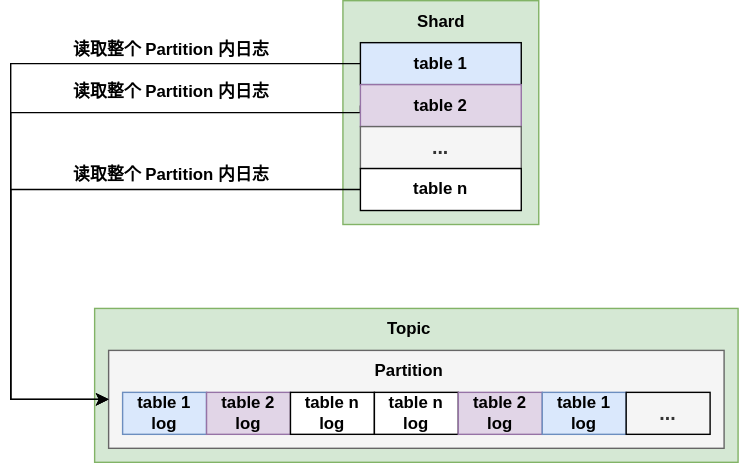
Earlier version of the draw.io export posts/release-v1.2.4/kafkawal.drawio.svg (CeresDB/community). Source tidied: cells renumbered, new cells last; positions are measured from the earlier drawing's top-left corner, leaving out a move shared by most shapes. Its diagram source:
```xml
<mxGraphModel>
  <root>
    <mxCell id="0" />
    <mxCell id="1" parent="0" />
    <mxCell id="2" style="rounded=0;whiteSpace=wrap;html=1;fillColor=#d5e8d4;strokeColor=#82b366;fontStyle=1;" parent="1" vertex="1">
      <mxGeometry x="237.5" width="140" height="160" as="geometry" />
    </mxCell>
    <mxCell id="3" style="rounded=0;whiteSpace=wrap;html=1;fillColor=#d5e8d4;strokeColor=#82b366;fontStyle=1;" parent="1" vertex="1">
      <mxGeometry x="60" y="220" width="460" height="110" as="geometry" />
    </mxCell>
    <mxCell id="4" style="rounded=0;whiteSpace=wrap;html=1;fillColor=#f5f5f5;strokeColor=#666666;fontColor=#333333;fontStyle=1;" parent="1" vertex="1">
      <mxGeometry x="70" y="250" width="440" height="70" as="geometry" />
    </mxCell>
    <mxCell id="5" value="table 1 log" style="rounded=0;whiteSpace=wrap;html=1;labelBackgroundColor=none;fillColor=#dae8fc;strokeColor=#6c8ebf;fontStyle=1;" parent="1" vertex="1">
      <mxGeometry x="80" y="280" width="60" height="30" as="geometry" />
    </mxCell>
    <mxCell id="6" value="table 2 log" style="rounded=0;whiteSpace=wrap;html=1;labelBackgroundColor=none;fillColor=#e1d5e7;strokeColor=#9673a6;fontStyle=1;" parent="1" vertex="1">
      <mxGeometry x="140" y="280" width="60" height="30" as="geometry" />
    </mxCell>
    <mxCell id="7" value="table n log" style="rounded=0;whiteSpace=wrap;html=1;labelBackgroundColor=none;fontStyle=1;" parent="1" vertex="1">
      <mxGeometry x="200" y="280" width="60" height="30" as="geometry" />
    </mxCell>
    <mxCell id="8" value="table n log" style="rounded=0;whiteSpace=wrap;html=1;labelBackgroundColor=none;fontStyle=1;" parent="1" vertex="1">
      <mxGeometry x="260" y="280" width="60" height="30" as="geometry" />
    </mxCell>
    <mxCell id="9" value="table 2 log" style="rounded=0;whiteSpace=wrap;html=1;labelBackgroundColor=none;fillColor=#e1d5e7;strokeColor=#9673a6;fontStyle=1;" parent="1" vertex="1">
      <mxGeometry x="320" y="280" width="60" height="30" as="geometry" />
    </mxCell>
    <mxCell id="10" value="table 1 log" style="rounded=0;whiteSpace=wrap;html=1;labelBackgroundColor=none;fillColor=#dae8fc;strokeColor=#6c8ebf;fontStyle=1;" parent="1" vertex="1">
      <mxGeometry x="380" y="280" width="60" height="30" as="geometry" />
    </mxCell>
    <mxCell id="11" value="&lt;span&gt;&lt;font style=&quot;font-size: 14px;&quot;&gt;...&lt;/font&gt;&lt;/span&gt;" style="rounded=0;whiteSpace=wrap;html=1;labelBackgroundColor=none;fillColor=#f5f5f5;strokeColor=#000000;fontColor=#333333;fontStyle=1;" parent="1" vertex="1">
      <mxGeometry x="440" y="280" width="60" height="30" as="geometry" />
    </mxCell>
    <mxCell id="12" value="Partition" style="text;html=1;strokeColor=none;fillColor=none;align=center;verticalAlign=middle;whiteSpace=wrap;rounded=0;fontStyle=1;" parent="1" vertex="1">
      <mxGeometry x="255" y="250" width="60" height="30" as="geometry" />
    </mxCell>
    <mxCell id="13" value="Topic" style="text;html=1;strokeColor=none;fillColor=none;align=center;verticalAlign=middle;whiteSpace=wrap;rounded=0;fontStyle=1;" parent="1" vertex="1">
      <mxGeometry x="255" y="220" width="60" height="30" as="geometry" />
    </mxCell>
    <mxCell id="14" value="读取整个 Partition 内日志" style="text;html=1;strokeColor=none;fillColor=none;align=center;verticalAlign=middle;whiteSpace=wrap;rounded=0;fontStyle=1;" parent="1" vertex="1">
      <mxGeometry x="40" y="20" width="150" height="30" as="geometry" />
    </mxCell>
    <mxCell id="15" style="edgeStyle=orthogonalEdgeStyle;rounded=0;jettySize=auto;html=1;exitX=0;exitY=0.5;exitDx=0;exitDy=0;entryX=0;entryY=0.5;entryDx=0;entryDy=0;fontStyle=1;" parent="1" edge="1" source="16" target="4">
      <mxGeometry relative="1" as="geometry">
        <Array as="points">
          <mxPoint y="45" />
          <mxPoint y="285" />
        </Array>
      </mxGeometry>
    </mxCell>
    <mxCell id="16" value="table 1" style="rounded=0;whiteSpace=wrap;html=1;fillColor=#dae8fc;strokeColor=#000000;fontStyle=1;" parent="1" vertex="1">
      <mxGeometry x="250" y="30" width="115" height="30" as="geometry" />
    </mxCell>
    <mxCell id="17" style="edgeStyle=orthogonalEdgeStyle;rounded=0;jettySize=auto;html=1;exitX=0;exitY=0.5;exitDx=0;exitDy=0;entryX=0;entryY=0.5;entryDx=0;entryDy=0;fontStyle=1;" parent="1" edge="1" source="18" target="4">
      <mxGeometry relative="1" as="geometry">
        <Array as="points">
          <mxPoint y="80" />
          <mxPoint y="285" />
        </Array>
      </mxGeometry>
    </mxCell>
    <mxCell id="18" value="table 2" style="rounded=0;whiteSpace=wrap;html=1;fillColor=#e1d5e7;strokeColor=#9673a6;fontStyle=1;" parent="1" vertex="1">
      <mxGeometry x="250" y="60" width="115" height="30" as="geometry" />
    </mxCell>
    <mxCell id="19" value="&lt;font style=&quot;font-size: 14px;&quot;&gt;&lt;span&gt;...&lt;/span&gt;&lt;/font&gt;" style="rounded=0;whiteSpace=wrap;html=1;fillColor=#f5f5f5;strokeColor=#666666;fontColor=#333333;fontStyle=1;" parent="1" vertex="1">
      <mxGeometry x="250" y="90" width="115" height="30" as="geometry" />
    </mxCell>
    <mxCell id="20" style="edgeStyle=orthogonalEdgeStyle;rounded=0;jettySize=auto;html=1;exitX=0;exitY=0.5;exitDx=0;exitDy=0;entryX=0;entryY=0.5;entryDx=0;entryDy=0;strokeColor=#000000;fontStyle=1;" parent="1" edge="1" source="21" target="4">
      <mxGeometry relative="1" as="geometry">
        <Array as="points">
          <mxPoint y="135" />
          <mxPoint y="285" />
        </Array>
      </mxGeometry>
    </mxCell>
    <mxCell id="21" value="table n" style="rounded=0;whiteSpace=wrap;html=1;fontStyle=1;" parent="1" vertex="1">
      <mxGeometry x="250" y="120" width="115" height="30" as="geometry" />
    </mxCell>
    <mxCell id="22" value="Shard" style="text;html=1;strokeColor=none;fillColor=none;align=center;verticalAlign=middle;whiteSpace=wrap;rounded=0;fontStyle=1;" parent="1" vertex="1">
      <mxGeometry x="278" width="60" height="30" as="geometry" />
    </mxCell>
    <mxCell id="23" value="读取整个 Partition 内日志" style="text;html=1;strokeColor=none;fillColor=none;align=center;verticalAlign=middle;whiteSpace=wrap;rounded=0;fontStyle=1;" parent="1" vertex="1">
      <mxGeometry x="40" y="50" width="150" height="30" as="geometry" />
    </mxCell>
    <mxCell id="24" value="读取整个 Partition 内日志" style="text;html=1;strokeColor=none;fillColor=none;align=center;verticalAlign=middle;whiteSpace=wrap;rounded=0;fontStyle=1;" parent="1" vertex="1">
      <mxGeometry x="40" y="110" width="150" height="30" as="geometry" />
    </mxCell>
  </root>
</mxGraphModel>
```
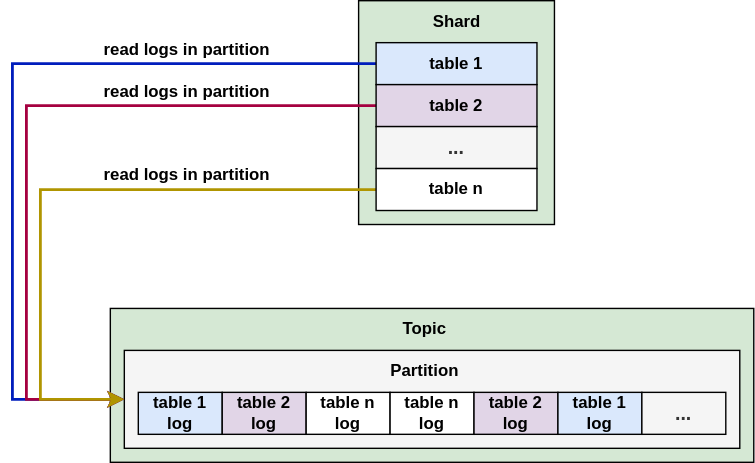
The same file after the commit.

What changed in the source:
```diff
@@ -2,31 +2,31 @@
   <root>
     <mxCell id="0" />
     <mxCell id="1" parent="0" />
-    <mxCell id="2" style="rounded=0;whiteSpace=wrap;html=1;fillColor=#d5e8d4;strokeColor=#82b366;fontStyle=1;" parent="1" vertex="1">
+    <mxCell id="2" style="rounded=0;whiteSpace=wrap;html=1;fillColor=#d5e8d4;strokeColor=#000000;fontStyle=1;" parent="1" vertex="1">
       <mxGeometry x="237.5" width="140" height="160" as="geometry" />
     </mxCell>
-    <mxCell id="3" style="rounded=0;whiteSpace=wrap;html=1;fillColor=#d5e8d4;strokeColor=#82b366;fontStyle=1;" parent="1" vertex="1">
+    <mxCell id="3" style="rounded=0;whiteSpace=wrap;html=1;fillColor=#d5e8d4;strokeColor=#000000;fontStyle=1;" parent="1" vertex="1">
       <mxGeometry x="60" y="220" width="460" height="110" as="geometry" />
     </mxCell>
-    <mxCell id="4" style="rounded=0;whiteSpace=wrap;html=1;fillColor=#f5f5f5;strokeColor=#666666;fontColor=#333333;fontStyle=1;" parent="1" vertex="1">
+    <mxCell id="4" style="rounded=0;whiteSpace=wrap;html=1;fillColor=#f5f5f5;strokeColor=#000000;fontColor=#333333;fontStyle=1;" parent="1" vertex="1">
       <mxGeometry x="70" y="250" width="440" height="70" as="geometry" />
     </mxCell>
-    <mxCell id="5" value="table 1 log" style="rounded=0;whiteSpace=wrap;html=1;labelBackgroundColor=none;fillColor=#dae8fc;strokeColor=#6c8ebf;fontStyle=1;" parent="1" vertex="1">
+    <mxCell id="5" value="table 1 log" style="rounded=0;whiteSpace=wrap;html=1;labelBackgroundColor=none;fillColor=#dae8fc;strokeColor=#000000;fontStyle=1;" parent="1" vertex="1">
       <mxGeometry x="80" y="280" width="60" height="30" as="geometry" />
     </mxCell>
-    <mxCell id="6" value="table 2 log" style="rounded=0;whiteSpace=wrap;html=1;labelBackgroundColor=none;fillColor=#e1d5e7;strokeColor=#9673a6;fontStyle=1;" parent="1" vertex="1">
+    <mxCell id="6" value="table 2 log" style="rounded=0;whiteSpace=wrap;html=1;labelBackgroundColor=none;fillColor=#e1d5e7;strokeColor=#000000;fontStyle=1;" parent="1" vertex="1">
       <mxGeometry x="140" y="280" width="60" height="30" as="geometry" />
     </mxCell>
-    <mxCell id="7" value="table n log" style="rounded=0;whiteSpace=wrap;html=1;labelBackgroundColor=none;fontStyle=1;" parent="1" vertex="1">
+    <mxCell id="7" value="table n log" style="rounded=0;whiteSpace=wrap;html=1;labelBackgroundColor=none;fontStyle=1;strokeColor=#000000;" parent="1" vertex="1">
       <mxGeometry x="200" y="280" width="60" height="30" as="geometry" />
     </mxCell>
-    <mxCell id="8" value="table n log" style="rounded=0;whiteSpace=wrap;html=1;labelBackgroundColor=none;fontStyle=1;" parent="1" vertex="1">
+    <mxCell id="8" value="table n log" style="rounded=0;whiteSpace=wrap;html=1;labelBackgroundColor=none;fontStyle=1;strokeColor=#000000;" parent="1" vertex="1">
       <mxGeometry x="260" y="280" width="60" height="30" as="geometry" />
     </mxCell>
-    <mxCell id="9" value="table 2 log" style="rounded=0;whiteSpace=wrap;html=1;labelBackgroundColor=none;fillColor=#e1d5e7;strokeColor=#9673a6;fontStyle=1;" parent="1" vertex="1">
+    <mxCell id="9" value="table 2 log" style="rounded=0;whiteSpace=wrap;html=1;labelBackgroundColor=none;fillColor=#e1d5e7;strokeColor=#000000;fontStyle=1;" parent="1" vertex="1">
       <mxGeometry x="320" y="280" width="60" height="30" as="geometry" />
     </mxCell>
-    <mxCell id="10" value="table 1 log" style="rounded=0;whiteSpace=wrap;html=1;labelBackgroundColor=none;fillColor=#dae8fc;strokeColor=#6c8ebf;fontStyle=1;" parent="1" vertex="1">
+    <mxCell id="10" value="table 1 log" style="rounded=0;whiteSpace=wrap;html=1;labelBackgroundColor=none;fillColor=#dae8fc;strokeColor=#000000;fontStyle=1;" parent="1" vertex="1">
       <mxGeometry x="380" y="280" width="60" height="30" as="geometry" />
     </mxCell>
     <mxCell id="11" value="&lt;span&gt;&lt;font style=&quot;font-size: 14px;&quot;&gt;...&lt;/font&gt;&lt;/span&gt;" style="rounded=0;whiteSpace=wrap;html=1;labelBackgroundColor=none;fillColor=#f5f5f5;strokeColor=#000000;fontColor=#333333;fontStyle=1;" parent="1" vertex="1">
@@ -38,52 +38,52 @@
     <mxCell id="13" value="Topic" style="text;html=1;strokeColor=none;fillColor=none;align=center;verticalAlign=middle;whiteSpace=wrap;rounded=0;fontStyle=1;" parent="1" vertex="1">
       <mxGeometry x="255" y="220" width="60" height="30" as="geometry" />
     </mxCell>
-    <mxCell id="14" value="读取整个 Partition 内日志" style="text;html=1;strokeColor=none;fillColor=none;align=center;verticalAlign=middle;whiteSpace=wrap;rounded=0;fontStyle=1;" parent="1" vertex="1">
+    <mxCell id="14" value="read logs in partition" style="text;html=1;strokeColor=none;fillColor=none;align=center;verticalAlign=middle;whiteSpace=wrap;rounded=0;fontStyle=1;" parent="1" vertex="1">
       <mxGeometry x="40" y="20" width="150" height="30" as="geometry" />
     </mxCell>
-    <mxCell id="15" style="edgeStyle=orthogonalEdgeStyle;rounded=0;jettySize=auto;html=1;exitX=0;exitY=0.5;exitDx=0;exitDy=0;entryX=0;entryY=0.5;entryDx=0;entryDy=0;fontStyle=1;" parent="1" edge="1" source="16" target="4">
+    <mxCell id="15" style="edgeStyle=orthogonalEdgeStyle;rounded=0;jettySize=auto;html=1;exitX=0;exitY=0.5;exitDx=0;exitDy=0;entryX=0;entryY=0.5;entryDx=0;entryDy=0;fontStyle=1;fillColor=#0050ef;strokeColor=#001DBC;strokeWidth=2;" parent="1" edge="1" source="16" target="4">
       <mxGeometry relative="1" as="geometry">
         <Array as="points">
-          <mxPoint y="45" />
-          <mxPoint y="285" />
+          <mxPoint x="-10" y="45" />
+          <mxPoint x="-10" y="285" />
         </Array>
       </mxGeometry>
     </mxCell>
     <mxCell id="16" value="table 1" style="rounded=0;whiteSpace=wrap;html=1;fillColor=#dae8fc;strokeColor=#000000;fontStyle=1;" parent="1" vertex="1">
       <mxGeometry x="250" y="30" width="115" height="30" as="geometry" />
     </mxCell>
-    <mxCell id="17" style="edgeStyle=orthogonalEdgeStyle;rounded=0;jettySize=auto;html=1;exitX=0;exitY=0.5;exitDx=0;exitDy=0;entryX=0;entryY=0.5;entryDx=0;entryDy=0;fontStyle=1;" parent="1" edge="1" source="18" target="4">
+    <mxCell id="17" style="edgeStyle=orthogonalEdgeStyle;rounded=0;jettySize=auto;html=1;exitX=0;exitY=0.5;exitDx=0;exitDy=0;entryX=0;entryY=0.5;entryDx=0;entryDy=0;fontStyle=1;fillColor=#d80073;strokeColor=#A50040;strokeWidth=2;" parent="1" edge="1" source="18" target="4">
       <mxGeometry relative="1" as="geometry">
         <Array as="points">
-          <mxPoint y="80" />
+          <mxPoint y="75" />
           <mxPoint y="285" />
         </Array>
       </mxGeometry>
     </mxCell>
-    <mxCell id="18" value="table 2" style="rounded=0;whiteSpace=wrap;html=1;fillColor=#e1d5e7;strokeColor=#9673a6;fontStyle=1;" parent="1" vertex="1">
+    <mxCell id="18" value="table 2" style="rounded=0;whiteSpace=wrap;html=1;fillColor=#e1d5e7;strokeColor=#000000;fontStyle=1;" parent="1" vertex="1">
       <mxGeometry x="250" y="60" width="115" height="30" as="geometry" />
     </mxCell>
-    <mxCell id="19" value="&lt;font style=&quot;font-size: 14px;&quot;&gt;&lt;span&gt;...&lt;/span&gt;&lt;/font&gt;" style="rounded=0;whiteSpace=wrap;html=1;fillColor=#f5f5f5;strokeColor=#666666;fontColor=#333333;fontStyle=1;" parent="1" vertex="1">
+    <mxCell id="19" value="&lt;font style=&quot;font-size: 14px;&quot;&gt;&lt;span&gt;...&lt;/span&gt;&lt;/font&gt;" style="rounded=0;whiteSpace=wrap;html=1;fillColor=#f5f5f5;strokeColor=#000000;fontColor=#333333;fontStyle=1;" parent="1" vertex="1">
       <mxGeometry x="250" y="90" width="115" height="30" as="geometry" />
     </mxCell>
-    <mxCell id="20" style="edgeStyle=orthogonalEdgeStyle;rounded=0;jettySize=auto;html=1;exitX=0;exitY=0.5;exitDx=0;exitDy=0;entryX=0;entryY=0.5;entryDx=0;entryDy=0;strokeColor=#000000;fontStyle=1;" parent="1" edge="1" source="21" target="4">
+    <mxCell id="20" style="edgeStyle=orthogonalEdgeStyle;rounded=0;jettySize=auto;html=1;exitX=0;exitY=0.5;exitDx=0;exitDy=0;entryX=0;entryY=0.5;entryDx=0;entryDy=0;strokeColor=#B09500;fontStyle=1;fillColor=#e3c800;strokeWidth=2;" parent="1" edge="1" source="21" target="4">
       <mxGeometry relative="1" as="geometry">
         <Array as="points">
-          <mxPoint y="135" />
-          <mxPoint y="285" />
+          <mxPoint x="10" y="135" />
+          <mxPoint x="10" y="285" />
         </Array>
       </mxGeometry>
     </mxCell>
-    <mxCell id="21" value="table n" style="rounded=0;whiteSpace=wrap;html=1;fontStyle=1;" parent="1" vertex="1">
+    <mxCell id="21" value="table n" style="rounded=0;whiteSpace=wrap;html=1;fontStyle=1;strokeColor=#000000;" parent="1" vertex="1">
       <mxGeometry x="250" y="120" width="115" height="30" as="geometry" />
     </mxCell>
     <mxCell id="22" value="Shard" style="text;html=1;strokeColor=none;fillColor=none;align=center;verticalAlign=middle;whiteSpace=wrap;rounded=0;fontStyle=1;" parent="1" vertex="1">
       <mxGeometry x="278" width="60" height="30" as="geometry" />
     </mxCell>
-    <mxCell id="23" value="读取整个 Partition 内日志" style="text;html=1;strokeColor=none;fillColor=none;align=center;verticalAlign=middle;whiteSpace=wrap;rounded=0;fontStyle=1;" parent="1" vertex="1">
+    <mxCell id="23" value="read logs in partition" style="text;html=1;strokeColor=none;fillColor=none;align=center;verticalAlign=middle;whiteSpace=wrap;rounded=0;fontStyle=1;" parent="1" vertex="1">
       <mxGeometry x="40" y="50" width="150" height="30" as="geometry" />
     </mxCell>
-    <mxCell id="24" value="读取整个 Partition 内日志" style="text;html=1;strokeColor=none;fillColor=none;align=center;verticalAlign=middle;whiteSpace=wrap;rounded=0;fontStyle=1;" parent="1" vertex="1">
+    <mxCell id="24" value="read logs in partition" style="text;html=1;strokeColor=none;fillColor=none;align=center;verticalAlign=middle;whiteSpace=wrap;rounded=0;fontStyle=1;" parent="1" vertex="1">
       <mxGeometry x="40" y="110" width="150" height="30" as="geometry" />
     </mxCell>
   </root>
```
